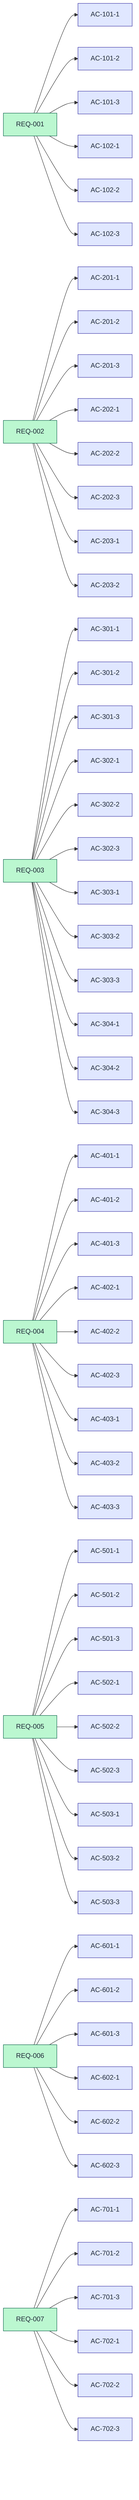
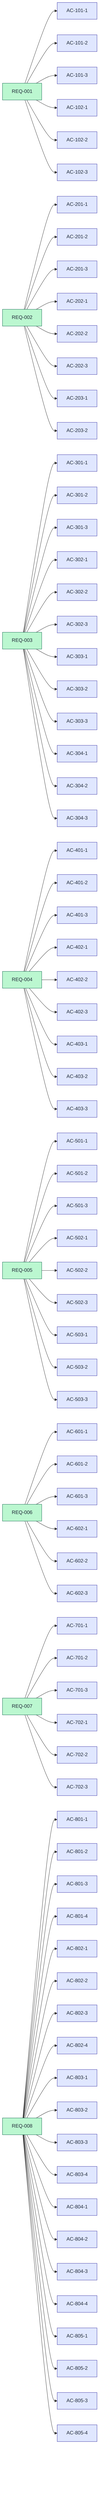
flowchart LR
  REQ-001["REQ-001"]
  AC-101-1["AC-101-1"]
  REQ-001 --> AC-101-1
  AC-101-2["AC-101-2"]
  REQ-001 --> AC-101-2
  AC-101-3["AC-101-3"]
  REQ-001 --> AC-101-3
  AC-102-1["AC-102-1"]
  REQ-001 --> AC-102-1
  AC-102-2["AC-102-2"]
  REQ-001 --> AC-102-2
  AC-102-3["AC-102-3"]
  REQ-001 --> AC-102-3
  REQ-002["REQ-002"]
  AC-201-1["AC-201-1"]
  REQ-002 --> AC-201-1
  AC-201-2["AC-201-2"]
  REQ-002 --> AC-201-2
  AC-201-3["AC-201-3"]
  REQ-002 --> AC-201-3
  AC-202-1["AC-202-1"]
  REQ-002 --> AC-202-1
  AC-202-2["AC-202-2"]
  REQ-002 --> AC-202-2
  AC-202-3["AC-202-3"]
  REQ-002 --> AC-202-3
  AC-203-1["AC-203-1"]
  REQ-002 --> AC-203-1
  AC-203-2["AC-203-2"]
  REQ-002 --> AC-203-2
  REQ-003["REQ-003"]
  AC-301-1["AC-301-1"]
  REQ-003 --> AC-301-1
  AC-301-2["AC-301-2"]
  REQ-003 --> AC-301-2
  AC-301-3["AC-301-3"]
  REQ-003 --> AC-301-3
  AC-302-1["AC-302-1"]
  REQ-003 --> AC-302-1
  AC-302-2["AC-302-2"]
  REQ-003 --> AC-302-2
  AC-302-3["AC-302-3"]
  REQ-003 --> AC-302-3
  AC-303-1["AC-303-1"]
  REQ-003 --> AC-303-1
  AC-303-2["AC-303-2"]
  REQ-003 --> AC-303-2
  AC-303-3["AC-303-3"]
  REQ-003 --> AC-303-3
  AC-304-1["AC-304-1"]
  REQ-003 --> AC-304-1
  AC-304-2["AC-304-2"]
  REQ-003 --> AC-304-2
  AC-304-3["AC-304-3"]
  REQ-003 --> AC-304-3
  REQ-004["REQ-004"]
  AC-401-1["AC-401-1"]
  REQ-004 --> AC-401-1
  AC-401-2["AC-401-2"]
  REQ-004 --> AC-401-2
  AC-401-3["AC-401-3"]
  REQ-004 --> AC-401-3
  AC-402-1["AC-402-1"]
  REQ-004 --> AC-402-1
  AC-402-2["AC-402-2"]
  REQ-004 --> AC-402-2
  AC-402-3["AC-402-3"]
  REQ-004 --> AC-402-3
  AC-403-1["AC-403-1"]
  REQ-004 --> AC-403-1
  AC-403-2["AC-403-2"]
  REQ-004 --> AC-403-2
  AC-403-3["AC-403-3"]
  REQ-004 --> AC-403-3
  REQ-005["REQ-005"]
  AC-501-1["AC-501-1"]
  REQ-005 --> AC-501-1
  AC-501-2["AC-501-2"]
  REQ-005 --> AC-501-2
  AC-501-3["AC-501-3"]
  REQ-005 --> AC-501-3
  AC-502-1["AC-502-1"]
  REQ-005 --> AC-502-1
  AC-502-2["AC-502-2"]
  REQ-005 --> AC-502-2
  AC-502-3["AC-502-3"]
  REQ-005 --> AC-502-3
  AC-503-1["AC-503-1"]
  REQ-005 --> AC-503-1
  AC-503-2["AC-503-2"]
  REQ-005 --> AC-503-2
  AC-503-3["AC-503-3"]
  REQ-005 --> AC-503-3
  REQ-006["REQ-006"]
  AC-601-1["AC-601-1"]
  REQ-006 --> AC-601-1
  AC-601-2["AC-601-2"]
  REQ-006 --> AC-601-2
  AC-601-3["AC-601-3"]
  REQ-006 --> AC-601-3
  AC-602-1["AC-602-1"]
  REQ-006 --> AC-602-1
  AC-602-2["AC-602-2"]
  REQ-006 --> AC-602-2
  AC-602-3["AC-602-3"]
  REQ-006 --> AC-602-3
  REQ-007["REQ-007"]
  AC-701-1["AC-701-1"]
  REQ-007 --> AC-701-1
  AC-701-2["AC-701-2"]
  REQ-007 --> AC-701-2
  AC-701-3["AC-701-3"]
  REQ-007 --> AC-701-3
  AC-702-1["AC-702-1"]
  REQ-007 --> AC-702-1
  AC-702-2["AC-702-2"]
  REQ-007 --> AC-702-2
  AC-702-3["AC-702-3"]
  REQ-007 --> AC-702-3
+   REQ-008["REQ-008"]
+   AC-801-1["AC-801-1"]
+   REQ-008 --> AC-801-1
+   AC-801-2["AC-801-2"]
+   REQ-008 --> AC-801-2
+   AC-801-3["AC-801-3"]
+   REQ-008 --> AC-801-3
+   AC-801-4["AC-801-4"]
+   REQ-008 --> AC-801-4
+   AC-802-1["AC-802-1"]
+   REQ-008 --> AC-802-1
+   AC-802-2["AC-802-2"]
+   REQ-008 --> AC-802-2
+   AC-802-3["AC-802-3"]
+   REQ-008 --> AC-802-3
+   AC-802-4["AC-802-4"]
+   REQ-008 --> AC-802-4
+   AC-803-1["AC-803-1"]
+   REQ-008 --> AC-803-1
+   AC-803-2["AC-803-2"]
+   REQ-008 --> AC-803-2
+   AC-803-3["AC-803-3"]
+   REQ-008 --> AC-803-3
+   AC-803-4["AC-803-4"]
+   REQ-008 --> AC-803-4
+   AC-804-1["AC-804-1"]
+   REQ-008 --> AC-804-1
+   AC-804-2["AC-804-2"]
+   REQ-008 --> AC-804-2
+   AC-804-3["AC-804-3"]
+   REQ-008 --> AC-804-3
+   AC-804-4["AC-804-4"]
+   REQ-008 --> AC-804-4
+   AC-805-1["AC-805-1"]
+   REQ-008 --> AC-805-1
+   AC-805-2["AC-805-2"]
+   REQ-008 --> AC-805-2
+   AC-805-3["AC-805-3"]
+   REQ-008 --> AC-805-3
+   AC-805-4["AC-805-4"]
+   REQ-008 --> AC-805-4
  class REQ-001 req;
  class AC-101-1 ac;
  class AC-101-2 ac;
  class AC-101-3 ac;
  class AC-102-1 ac;
  class AC-102-2 ac;
  class AC-102-3 ac;
  class REQ-002 req;
  class AC-201-1 ac;
  class AC-201-2 ac;
  class AC-201-3 ac;
  class AC-202-1 ac;
  class AC-202-2 ac;
  class AC-202-3 ac;
  class AC-203-1 ac;
  class AC-203-2 ac;
  class REQ-003 req;
  class AC-301-1 ac;
  class AC-301-2 ac;
  class AC-301-3 ac;
  class AC-302-1 ac;
  class AC-302-2 ac;
  class AC-302-3 ac;
  class AC-303-1 ac;
  class AC-303-2 ac;
  class AC-303-3 ac;
  class AC-304-1 ac;
  class AC-304-2 ac;
  class AC-304-3 ac;
  class REQ-004 req;
  class AC-401-1 ac;
  class AC-401-2 ac;
  class AC-401-3 ac;
  class AC-402-1 ac;
  class AC-402-2 ac;
  class AC-402-3 ac;
  class AC-403-1 ac;
  class AC-403-2 ac;
  class AC-403-3 ac;
  class REQ-005 req;
  class AC-501-1 ac;
  class AC-501-2 ac;
  class AC-501-3 ac;
  class AC-502-1 ac;
  class AC-502-2 ac;
  class AC-502-3 ac;
  class AC-503-1 ac;
  class AC-503-2 ac;
  class AC-503-3 ac;
  class REQ-006 req;
  class AC-601-1 ac;
  class AC-601-2 ac;
  class AC-601-3 ac;
  class AC-602-1 ac;
  class AC-602-2 ac;
  class AC-602-3 ac;
  class REQ-007 req;
  class AC-701-1 ac;
  class AC-701-2 ac;
  class AC-701-3 ac;
  class AC-702-1 ac;
  class AC-702-2 ac;
  class AC-702-3 ac;
+   class REQ-008 req;
+   class AC-801-1 ac;
+   class AC-801-2 ac;
+   class AC-801-3 ac;
+   class AC-801-4 ac;
+   class AC-802-1 ac;
+   class AC-802-2 ac;
+   class AC-802-3 ac;
+   class AC-802-4 ac;
+   class AC-803-1 ac;
+   class AC-803-2 ac;
+   class AC-803-3 ac;
+   class AC-803-4 ac;
+   class AC-804-1 ac;
+   class AC-804-2 ac;
+   class AC-804-3 ac;
+   class AC-804-4 ac;
+   class AC-805-1 ac;
+   class AC-805-2 ac;
+   class AC-805-3 ac;
+   class AC-805-4 ac;
classDef prd fill:#fde68a,stroke:#92400e,color:#1f2937;
  classDef req fill:#bbf7d0,stroke:#065f46,color:#1f2937;
  classDef us fill:#bae6fd,stroke:#0c4a6e,color:#1f2937;
  classDef ac fill:#e0e7ff,stroke:#3730a3,color:#1f2937;
  classDef tad fill:#fecaca,stroke:#991b1b,color:#1f2937;
  classDef tac fill:#fed7aa,stroke:#9a3412,color:#1f2937;
  classDef adr fill:#fbcfe8,stroke:#9d174d,color:#1f2937;
  classDef bs fill:#ddd6fe,stroke:#5b21b6,color:#1f2937;
  classDef fbs fill:#c7d2fe,stroke:#3730a3,color:#1f2937;
  classDef ts fill:#99f6e4,stroke:#115e59,color:#1f2937;
  classDef tc fill:#d9f99d,stroke:#3f6212,color:#1f2937;
  classDef cn fill:#a5b4fc,stroke:#312e81,color:#1f2937;
  classDef broken stroke:#dc2626,stroke-width:2px,stroke-dasharray:5 5,color:#7f1d1d;
